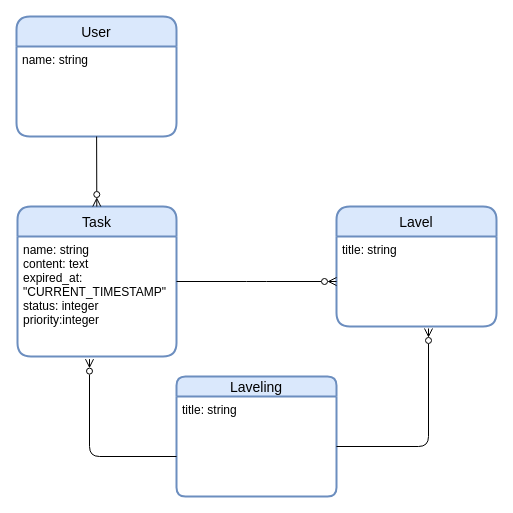
Earlier version of the draw.io diagram docs/ER図.drawio (keikikamikubota/manyou_exam). Source tidied: cells renumbered, new cells numbered last; positions are measured from the earlier drawing's top-left corner, leaving out a move shared by most shapes. Both pictures are drawn from the tidied source at 100%, with x=0, y=0 at pixel (16, 16).
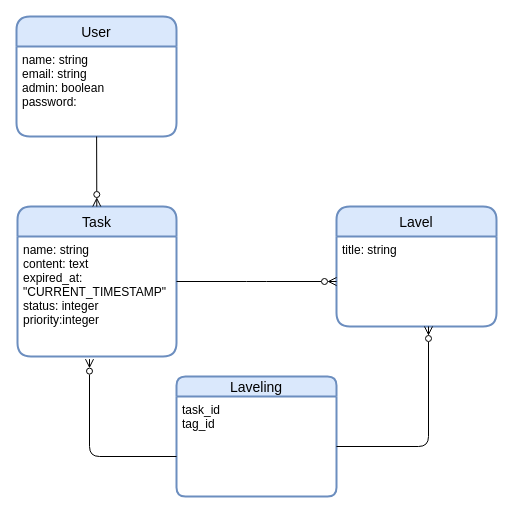
The same page after the edit.

Diff of the diagram source:
```diff
@@
 <mxGraphModel background="#ffffff">
   <root>
     <mxCell id="0" />
     <mxCell id="1" parent="0" />
     <mxCell id="2" value="User" style="swimlane;horizontal=1;startSize=30;rounded=1;fontSize=14;fontStyle=0;strokeWidth=2;shadow=0;dashed=0;align=center;fillColor=#dae8fc;strokeColor=#6c8ebf;" parent="1" vertex="1">
       <mxGeometry width="160" height="120" as="geometry" />
     </mxCell>
-    <mxCell id="3" value="name: string" style="align=left;strokeColor=none;fillColor=none;spacingLeft=4;fontSize=12;verticalAlign=top;" parent="2" vertex="1">
+    <mxCell id="3" value="name: string&#10;email: string&#10;admin: boolean&#10;password:  " style="align=left;strokeColor=none;fillColor=none;spacingLeft=4;fontSize=12;verticalAlign=top;" parent="2" vertex="1">
       <mxGeometry y="30" width="160" height="90" as="geometry" />
     </mxCell>
     <mxCell id="4" value="Task" style="swimlane;horizontal=1;startSize=30;rounded=1;fontSize=14;fontStyle=0;strokeWidth=2;shadow=0;dashed=0;align=center;fillColor=#dae8fc;strokeColor=#6c8ebf;" parent="1" vertex="1">
       <mxGeometry x="1" y="190" width="159" height="150" as="geometry" />
     </mxCell>
     <mxCell id="5" value="name: string&#10;content: text&#10;expired_at: &#10;&quot;CURRENT_TIMESTAMP&quot;&#10;status: integer&#10;priority:integer" style="align=left;strokeColor=none;fillColor=none;spacingLeft=4;fontSize=12;verticalAlign=top;" parent="4" vertex="1">
       <mxGeometry y="30" width="159" height="120" as="geometry" />
     </mxCell>
     <mxCell id="6" style="edgeStyle=none;html=1;endArrow=ERzeroToMany;endFill=0;" parent="1" edge="1" source="3" target="4">
       <mxGeometry relative="1" as="geometry" />
     </mxCell>
     <mxCell id="7" value="Lavel" style="swimlane;horizontal=1;startSize=30;rounded=1;fontSize=14;fontStyle=0;strokeWidth=2;shadow=0;dashed=0;align=center;fillColor=#dae8fc;strokeColor=#6c8ebf;" parent="1" vertex="1">
       <mxGeometry x="320" y="190" width="160" height="120" as="geometry" />
     </mxCell>
     <mxCell id="8" value="title: string" style="align=left;strokeColor=none;fillColor=none;spacingLeft=4;fontSize=12;verticalAlign=top;" parent="7" vertex="1">
       <mxGeometry y="30" width="160" height="90" as="geometry" />
     </mxCell>
     <mxCell id="9" style="edgeStyle=elbowEdgeStyle;html=1;elbow=vertical;endArrow=ERzeroToMany;endFill=0;" parent="1" edge="1" source="5" target="7">
-      <mxGeometry relative="1" as="geometry" />
+      <mxGeometry relative="1" as="geometry">
+        <Array as="points">
+          <mxPoint x="240" y="265" />
+        </Array>
+      </mxGeometry>
     </mxCell>
     <mxCell id="10" value="Laveling" style="swimlane;horizontal=1;startSize=20;rounded=1;fontSize=14;fontStyle=0;strokeWidth=2;shadow=0;dashed=0;align=center;fillColor=#dae8fc;strokeColor=#6c8ebf;" parent="1" vertex="1">
       <mxGeometry x="160" y="360" width="160" height="120" as="geometry" />
     </mxCell>
-    <mxCell id="11" value="title: string" style="align=left;strokeColor=none;fillColor=none;spacingLeft=4;fontSize=12;verticalAlign=top;" parent="10" vertex="1">
+    <mxCell id="11" value="task_id&#10;tag_id" style="align=left;strokeColor=none;fillColor=none;spacingLeft=4;fontSize=12;verticalAlign=top;" parent="10" vertex="1">
       <mxGeometry y="20" width="160" height="100" as="geometry" />
     </mxCell>
     <mxCell id="12" style="edgeStyle=elbowEdgeStyle;html=1;entryX=0.456;entryY=1.022;entryDx=0;entryDy=0;entryPerimeter=0;endArrow=ERzeroToMany;endFill=0;" parent="1" edge="1" source="11" target="5">
       <mxGeometry relative="1" as="geometry">
         <Array as="points">
           <mxPoint x="73" y="440" />
         </Array>
       </mxGeometry>
     </mxCell>
-    <mxCell id="13" style="edgeStyle=elbowEdgeStyle;html=1;entryX=0.575;entryY=1.022;entryDx=0;entryDy=0;entryPerimeter=0;endArrow=ERzeroToMany;endFill=0;" parent="1" edge="1" source="11" target="8">
+    <mxCell id="13" style="edgeStyle=elbowEdgeStyle;html=1;entryX=0.575;entryY=1.022;entryDx=0;entryDy=0;entryPerimeter=0;endArrow=ERzeroToMany;endFill=0;" parent="1" edge="1" source="11">
       <mxGeometry relative="1" as="geometry">
+        <mxPoint x="412" y="310" as="targetPoint" />
         <Array as="points">
           <mxPoint x="412" y="430" />
           <mxPoint x="400" y="420" />
           <mxPoint x="410" y="440" />
         </Array>
       </mxGeometry>
     </mxCell>
   </root>
 </mxGraphModel>
```
